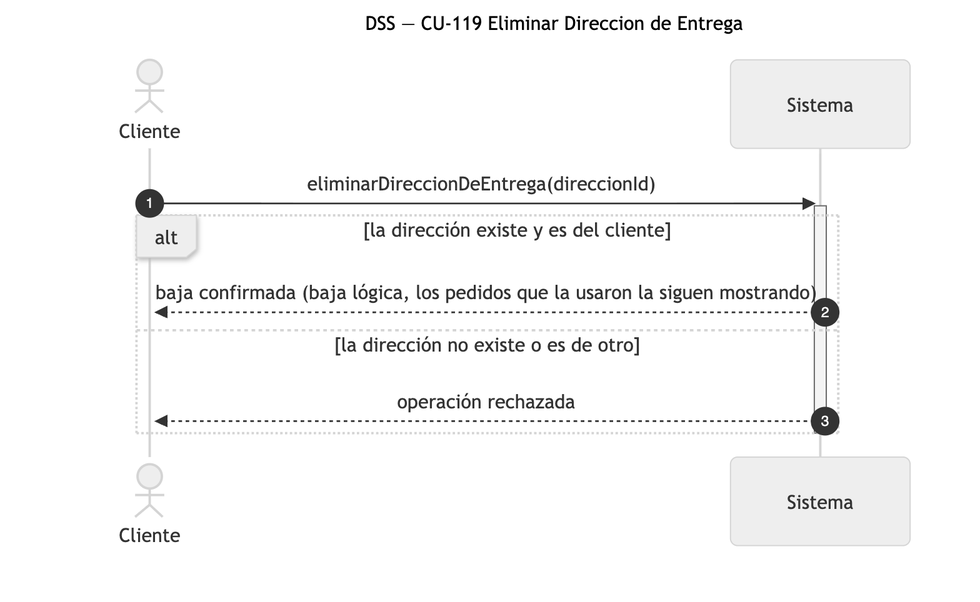
Above: diagramas/png/DSS_CU-119_Eliminar-Direccion-de-Entrega.png in Nahuelito-Dev/splg-docs (Mermaid), before the change. Its source is kept beside it as diagramas/DSS_CU-119_Eliminar-Direccion-de-Entrega.mmd.
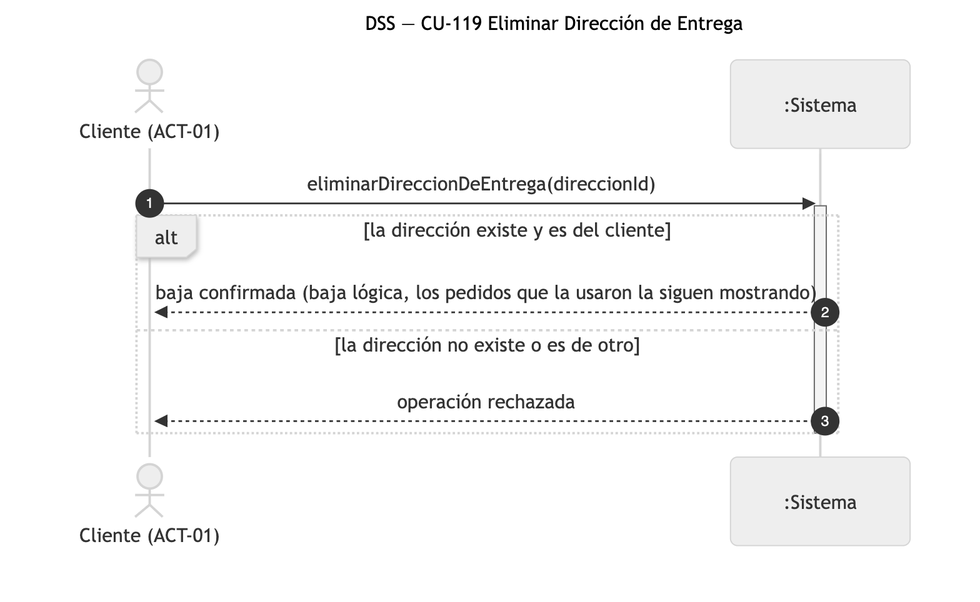
The same diagram one commit later.

Change to the diagram source:
```diff
@@ -1,8 +1,8 @@
 sequenceDiagram
-    title DSS — CU-119 Eliminar Direccion de Entrega
+    title DSS — CU-119 Eliminar Dirección de Entrega
     autonumber
-    actor CLI as Cliente
-    participant SIS as Sistema
+    actor CLI as Cliente (ACT-01)
+    participant SIS as :Sistema
 
     CLI->>SIS: eliminarDireccionDeEntrega(direccionId)
     activate SIS
```
